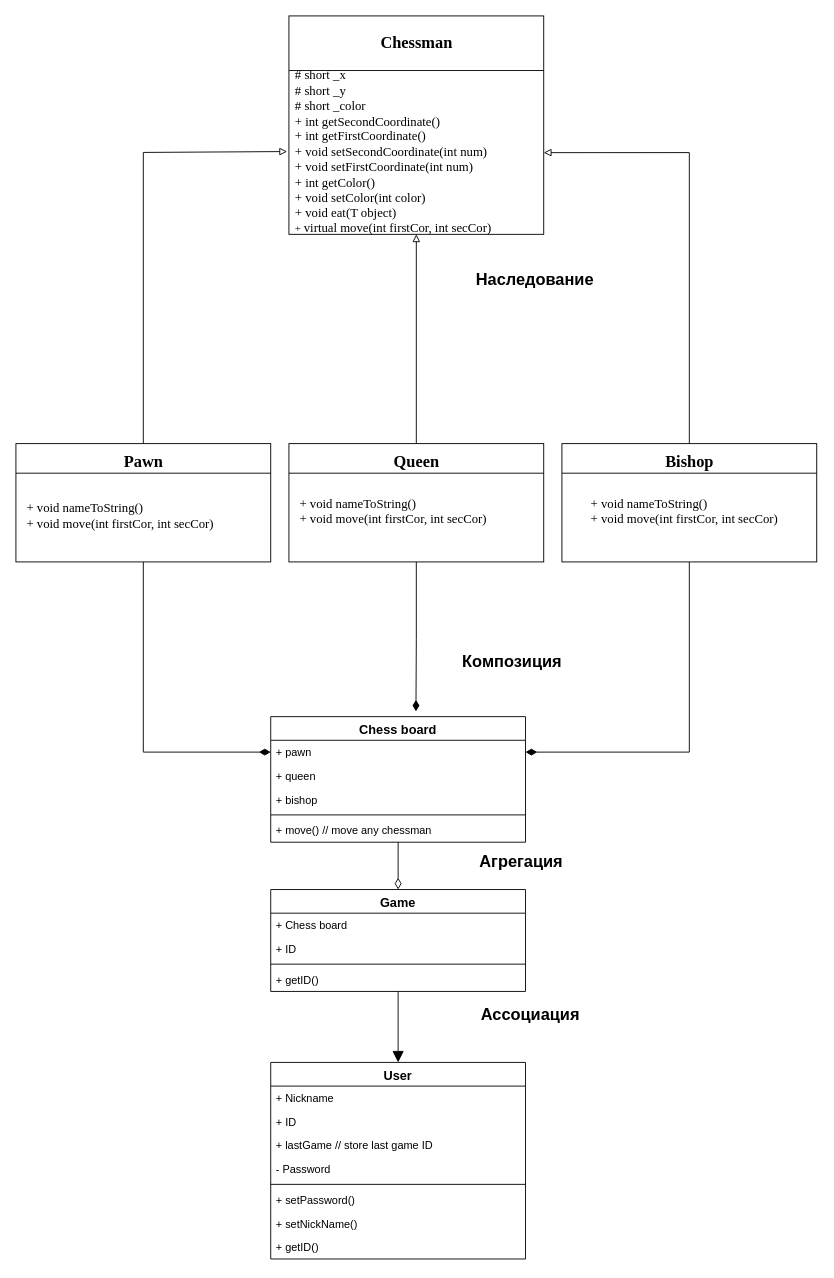
Above: v3.drawio in KartoonYoko/Lab4 (draw.io), before the change. Source tidied: cells renumbered, new cells numbered last; positions are measured from the earlier drawing's top-left corner, leaving out a move shared by most shapes. Both pictures are drawn from the tidied source at 91%, with x=0, y=0 at pixel (15, 15).
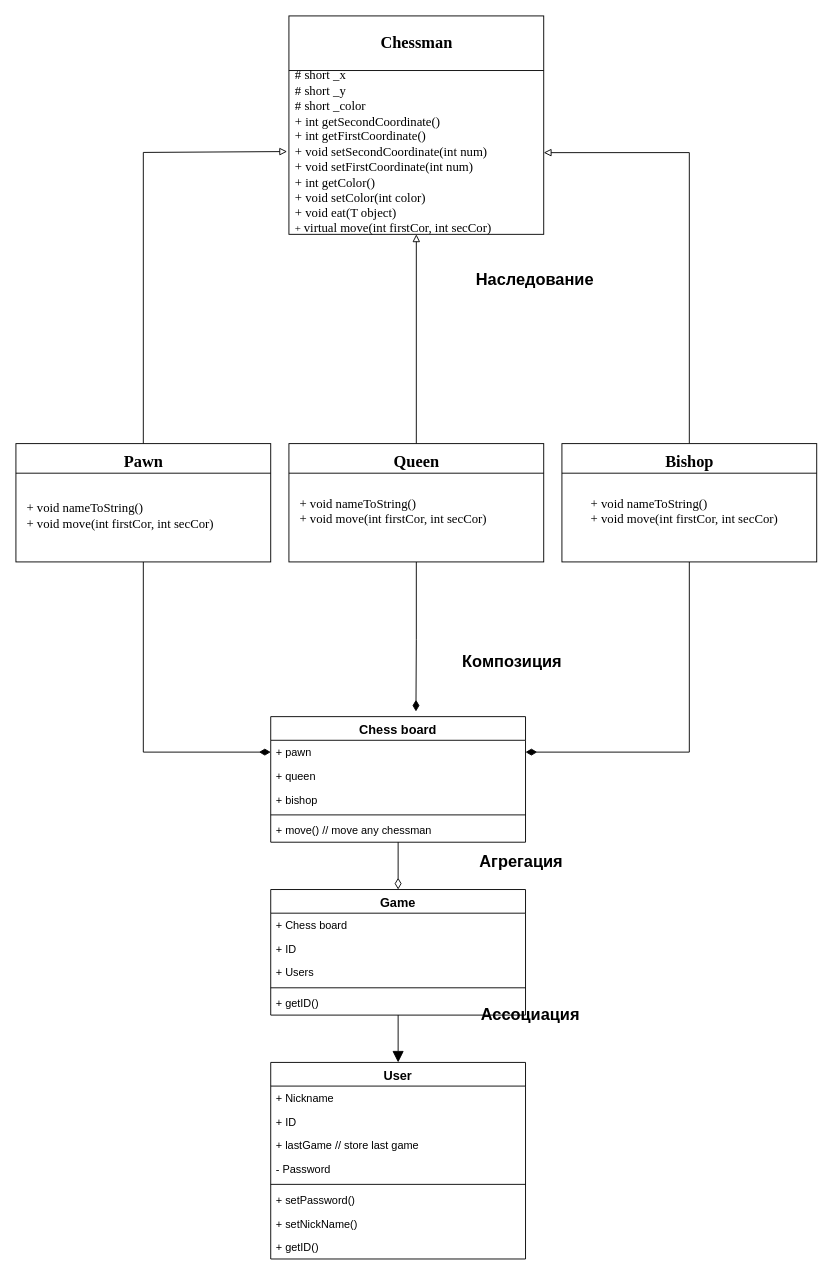
The same diagram, later.

The change refers to these unchanged cells:
```xml
<mxCell id="24" value="User" style="swimlane;fontStyle=1;align=center;verticalAlign=top;horizontal=1;startSize=26;fontSize=14;" parent="1" vertex="1">
  <mxGeometry x="280" y="1150" width="280" height="216" as="geometry" />
</mxCell>
```

Diff of the diagram source:
```diff
@@
-    <mxCell id="27" value="+ lastGame // store last game ID" style="text;strokeColor=none;fillColor=none;align=left;verticalAlign=top;spacingLeft=4;spacingRight=4;overflow=hidden;" parent="24" vertex="1">
+    <mxCell id="27" value="+ lastGame // store last game" style="text;strokeColor=none;fillColor=none;align=left;verticalAlign=top;spacingLeft=4;spacingRight=4;overflow=hidden;" parent="24" vertex="1">
       <mxGeometry y="78" width="280" height="26" as="geometry" />
     </mxCell>
@@
     <mxCell id="43" value="Game" style="swimlane;fontStyle=1;align=center;verticalAlign=top;horizontal=1;startSize=26;fontSize=14;" parent="1" vertex="1">
-      <mxGeometry x="280" y="960" width="280" height="112" as="geometry" />
+      <mxGeometry x="280" y="960" width="280" height="138" as="geometry" />
     </mxCell>
@@
+    <mxCell id="50" value="+ Users" style="text;strokeColor=none;fillColor=none;align=left;verticalAlign=top;spacingLeft=4;spacingRight=4;overflow=hidden;" parent="43" vertex="1">
+      <mxGeometry y="78" width="280" height="26" as="geometry" />
+    </mxCell>
     <mxCell id="46" style="line;strokeWidth=1;fillColor=none;align=left;verticalAlign=middle;spacingTop=-1;spacingLeft=3;spacingRight=3;labelPosition=right;" parent="43" vertex="1">
-      <mxGeometry y="78" width="280" height="8" as="geometry" />
+      <mxGeometry y="104" width="280" height="8" as="geometry" />
     </mxCell>
     <mxCell id="47" value="+ getID()&#10;" style="text;strokeColor=none;fillColor=none;align=left;verticalAlign=top;spacingLeft=4;spacingRight=4;overflow=hidden;" parent="43" vertex="1">
-      <mxGeometry y="86" width="280" height="26" as="geometry" />
+      <mxGeometry y="112" width="280" height="26" as="geometry" />
     </mxCell>
```
